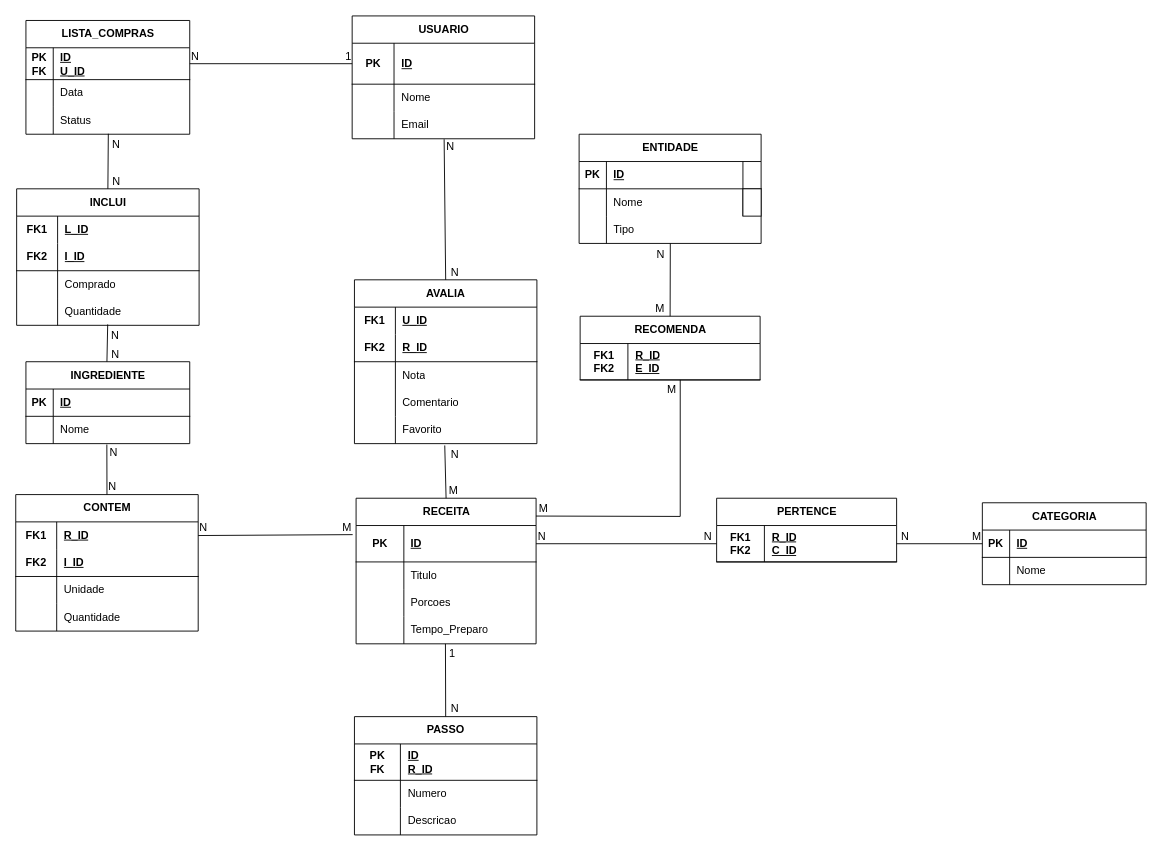
The draw.io diagram Diagramas/modelo_relacional.drawio in gleivanbezerra/CookUp, before the edit. Source tidied: cells renumbered, new cells numbered last; positions are measured from the earlier drawing's top-left corner, leaving out a move shared by most shapes. Both pictures are drawn from the tidied source at 91%, with x=0, y=0 at pixel (15, 15).
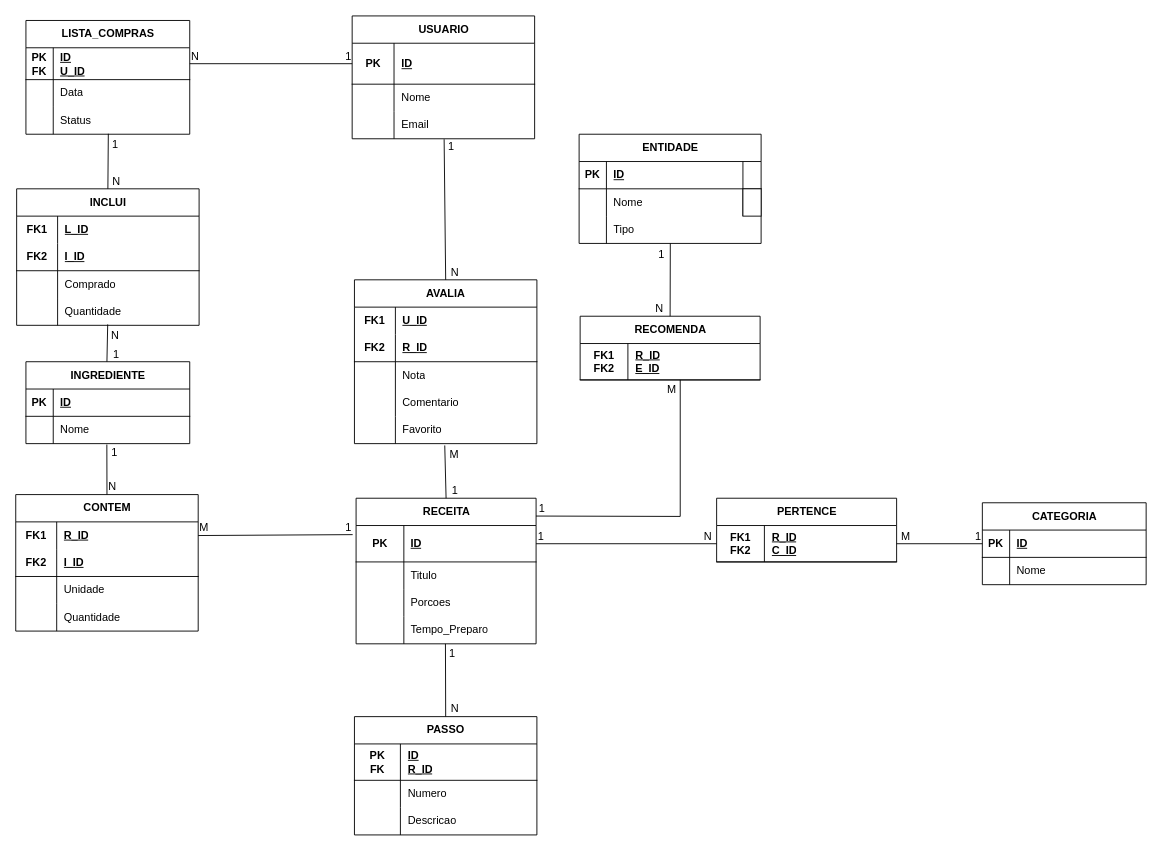
Above is the later version.

Unchanged cells that the change refers to:
```xml
<mxCell id="89" style="endArrow=none;html=1;rounded=0;exitX=0.5;exitY=0;exitDx=0;exitDy=0;entryX=0.504;entryY=1.017;entryDx=0;entryDy=0;entryPerimeter=0;" parent="1" edge="1" source="73" target="26">
  <mxGeometry relative="1" as="geometry" />
</mxCell>
<mxCell id="91" style="endArrow=none;html=1;rounded=0;entryX=0.5;entryY=0;entryDx=0;entryDy=0;exitX=0.495;exitY=1.067;exitDx=0;exitDy=0;exitPerimeter=0;" parent="1" edge="1" source="86" target="29">
  <mxGeometry relative="1" as="geometry" />
</mxCell>
<mxCell id="102" style="endArrow=none;html=1;rounded=0;exitX=1;exitY=0.5;exitDx=0;exitDy=0;entryX=0;entryY=0.5;entryDx=0;entryDy=0;" parent="1" edge="1" source="30" target="99">
  <mxGeometry relative="1" as="geometry" />
</mxCell>
<mxCell id="105" style="endArrow=none;html=1;rounded=0;entryX=0;entryY=0.5;entryDx=0;entryDy=0;exitX=1;exitY=0.5;exitDx=0;exitDy=0;" parent="1" edge="1" source="99" target="53">
  <mxGeometry relative="1" as="geometry" />
</mxCell>
<mxCell id="121" style="endArrow=none;html=1;rounded=0;entryX=-0.019;entryY=0.25;entryDx=0;entryDy=0;entryPerimeter=0;exitX=1;exitY=0.5;exitDx=0;exitDy=0;" parent="1" edge="1" source="109" target="30">
  <mxGeometry relative="1" as="geometry" />
</mxCell>
<mxCell id="124" style="endArrow=none;html=1;rounded=0;entryX=0.494;entryY=1.033;entryDx=0;entryDy=0;entryPerimeter=0;exitX=0.5;exitY=0;exitDx=0;exitDy=0;" parent="1" edge="1" source="108" target="16">
  <mxGeometry relative="1" as="geometry" />
</mxCell>
<mxCell id="140" style="endArrow=none;html=1;rounded=0;exitX=0.503;exitY=0.983;exitDx=0;exitDy=0;exitPerimeter=0;entryX=0.5;entryY=0;entryDx=0;entryDy=0;" parent="1" edge="1" source="9" target="127">
  <mxGeometry relative="1" as="geometry" />
</mxCell>
<mxCell id="143" style="endArrow=none;html=1;rounded=0;exitX=0.499;exitY=0.967;exitDx=0;exitDy=0;exitPerimeter=0;" parent="1" edge="1" source="137">
  <mxGeometry relative="1" as="geometry">
    <mxPoint x="100" y="380" as="targetPoint" />
  </mxGeometry>
</mxCell>
<mxCell id="154" style="endArrow=none;html=1;rounded=0;entryX=0.501;entryY=0.997;entryDx=0;entryDy=0;entryPerimeter=0;exitX=0.5;exitY=0;exitDx=0;exitDy=0;" parent="1" edge="1" source="146" target="67">
  <mxGeometry relative="1" as="geometry" />
</mxCell>
```

The edit, as a diff of the source:
```diff
@@
-    <mxCell id="90" value="N" style="html=1;whiteSpace=wrap;align=right;verticalAlign=bottom;" parent="89" vertex="1">
+    <mxCell id="90" value="1" style="html=1;whiteSpace=wrap;align=right;verticalAlign=bottom;" parent="89" vertex="1">
       <mxGeometry x="1" relative="1" as="geometry">
         <mxPoint x="12" y="16" as="offset" />
       </mxGeometry>
     </mxCell>
@@
-    <mxCell id="92" value="M" style="html=1;whiteSpace=wrap;align=right;verticalAlign=bottom;" parent="91" vertex="1">
+    <mxCell id="92" value="1" style="html=1;whiteSpace=wrap;align=right;verticalAlign=bottom;" parent="91" vertex="1">
       <mxGeometry x="1" relative="1" as="geometry">
         <mxPoint x="14" as="offset" />
       </mxGeometry>
     </mxCell>
-    <mxCell id="93" value="N" style="html=1;whiteSpace=wrap;align=right;verticalAlign=bottom;" parent="1" vertex="1">
+    <mxCell id="93" value="M" style="html=1;whiteSpace=wrap;align=right;verticalAlign=bottom;" parent="1" vertex="1">
       <mxGeometry x="488" y="490" as="geometry" />
     </mxCell>
@@
-    <mxCell id="103" value="N" style="html=1;whiteSpace=wrap;align=left;verticalAlign=bottom;" parent="102" vertex="1">
+    <mxCell id="103" value="1" style="html=1;whiteSpace=wrap;align=left;verticalAlign=bottom;" parent="102" vertex="1">
       <mxGeometry x="-1" relative="1" as="geometry" />
     </mxCell>
@@
-    <mxCell id="106" value="N" style="html=1;whiteSpace=wrap;align=left;verticalAlign=bottom;" parent="105" vertex="1">
+    <mxCell id="106" value="M" style="html=1;whiteSpace=wrap;align=left;verticalAlign=bottom;" parent="105" vertex="1">
       <mxGeometry x="-1" relative="1" as="geometry">
         <mxPoint x="3" as="offset" />
       </mxGeometry>
     </mxCell>
-    <mxCell id="107" value="M" style="html=1;whiteSpace=wrap;align=right;verticalAlign=bottom;" parent="105" vertex="1">
+    <mxCell id="107" value="1" style="html=1;whiteSpace=wrap;align=right;verticalAlign=bottom;" parent="105" vertex="1">
       <mxGeometry x="1" relative="1" as="geometry" />
     </mxCell>
@@
-    <mxCell id="122" value="N" style="html=1;whiteSpace=wrap;align=left;verticalAlign=bottom;" parent="121" vertex="1">
+    <mxCell id="122" value="M" style="html=1;whiteSpace=wrap;align=left;verticalAlign=bottom;" parent="121" vertex="1">
       <mxGeometry x="-1" relative="1" as="geometry" />
     </mxCell>
-    <mxCell id="123" value="M" style="html=1;whiteSpace=wrap;align=right;verticalAlign=bottom;" parent="121" vertex="1">
+    <mxCell id="123" value="1" style="html=1;whiteSpace=wrap;align=right;verticalAlign=bottom;" parent="121" vertex="1">
       <mxGeometry x="1" relative="1" as="geometry" />
     </mxCell>
@@
-    <mxCell id="126" value="N" style="html=1;whiteSpace=wrap;align=right;verticalAlign=bottom;" parent="124" vertex="1">
+    <mxCell id="126" value="1" style="html=1;whiteSpace=wrap;align=right;verticalAlign=bottom;" parent="124" vertex="1">
       <mxGeometry x="1" relative="1" as="geometry">
         <mxPoint x="13" y="17" as="offset" />
       </mxGeometry>
     </mxCell>
@@
-    <mxCell id="141" value="N" style="html=1;whiteSpace=wrap;align=left;verticalAlign=bottom;" parent="140" vertex="1">
+    <mxCell id="141" value="1" style="html=1;whiteSpace=wrap;align=left;verticalAlign=bottom;" parent="140" vertex="1">
       <mxGeometry x="-1" relative="1" as="geometry">
         <mxPoint x="2" y="21" as="offset" />
       </mxGeometry>
     </mxCell>
@@
-    <mxCell id="145" value="N" style="html=1;whiteSpace=wrap;align=right;verticalAlign=bottom;" parent="143" vertex="1">
+    <mxCell id="145" value="1" style="html=1;whiteSpace=wrap;align=right;verticalAlign=bottom;" parent="143" vertex="1">
       <mxGeometry x="1" relative="1" as="geometry">
         <mxPoint x="15" as="offset" />
       </mxGeometry>
     </mxCell>
@@
-    <mxCell id="152" value="M" style="html=1;whiteSpace=wrap;align=left;verticalAlign=bottom;" parent="1" vertex="1">
+    <mxCell id="152" value="1" style="html=1;whiteSpace=wrap;align=left;verticalAlign=bottom;" parent="1" vertex="1">
       <mxGeometry x="572.5" y="550" as="geometry" />
     </mxCell>
@@
-    <mxCell id="155" value="M" style="html=1;whiteSpace=wrap;align=left;verticalAlign=bottom;" parent="154" vertex="1">
+    <mxCell id="155" value="N" style="html=1;whiteSpace=wrap;align=left;verticalAlign=bottom;" parent="154" vertex="1">
       <mxGeometry x="-1" relative="1" as="geometry">
         <mxPoint x="-18" as="offset" />
       </mxGeometry>
     </mxCell>
-    <mxCell id="156" value="N" style="html=1;whiteSpace=wrap;align=right;verticalAlign=bottom;" parent="154" vertex="1">
+    <mxCell id="156" value="1" style="html=1;whiteSpace=wrap;align=right;verticalAlign=bottom;" parent="154" vertex="1">
       <mxGeometry x="1" relative="1" as="geometry">
         <mxPoint x="-5" y="20" as="offset" />
       </mxGeometry>
     </mxCell>
```
